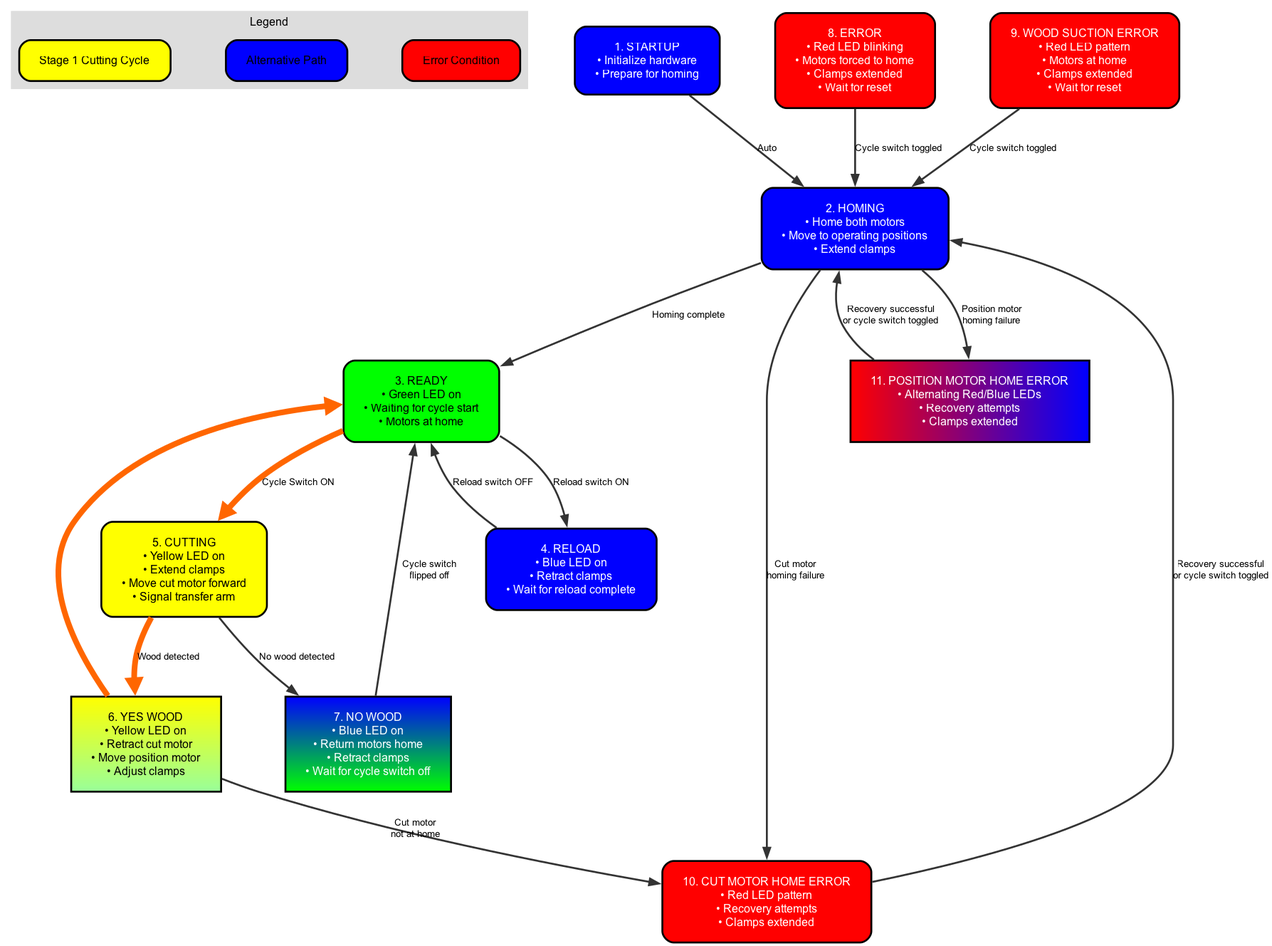
akivaweil/Stage-1-Mar25 keeps this Graphviz diagram as flowcharts/cutting_machine_flowchart.png. Above is the earlier version. Its source is kept beside it as flowcharts/cutting_machine_flowchart.dot.
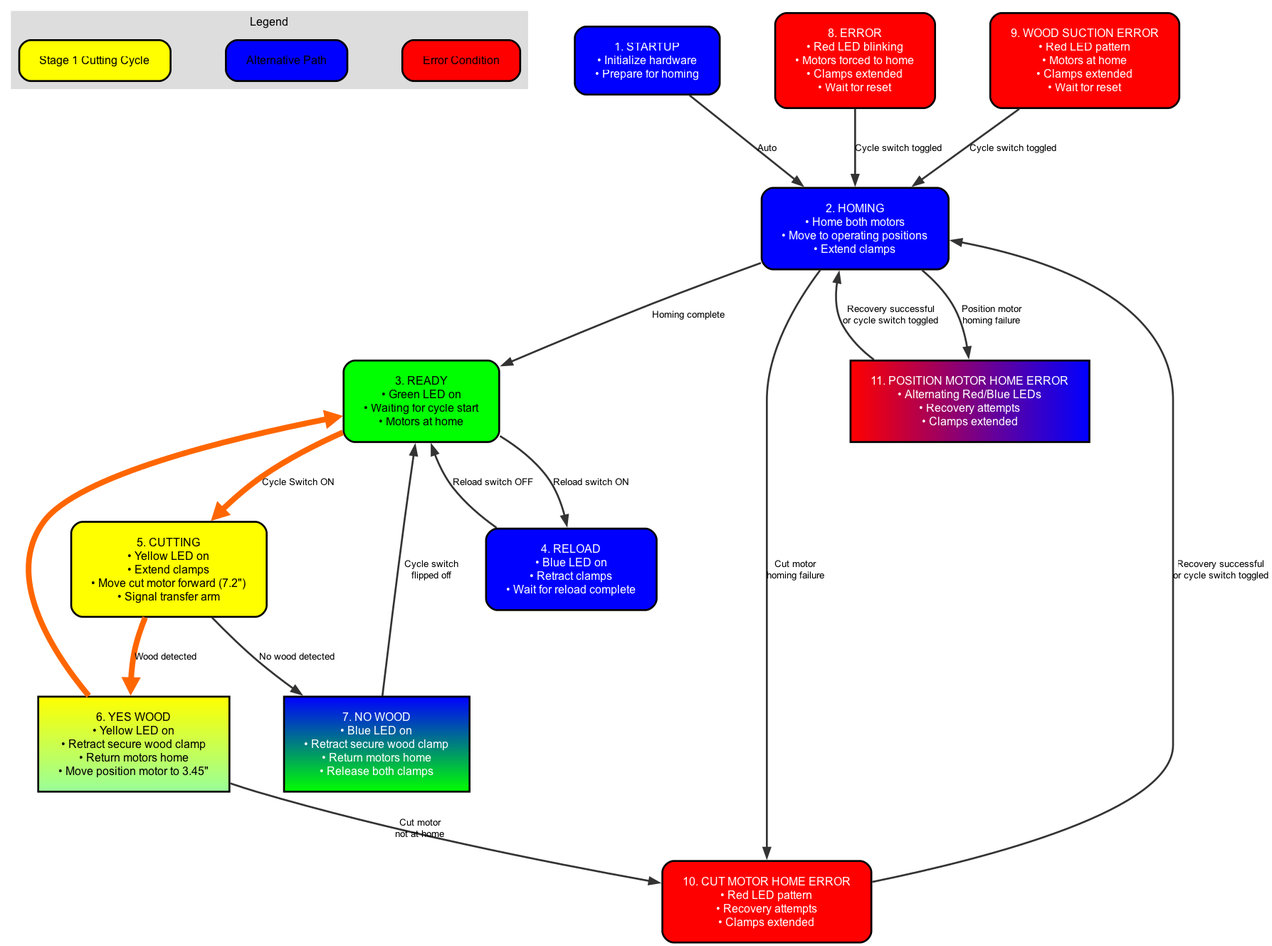
The same diagram one commit later.

Commit message:
Standardized flowchart state naming and step numbering for consistency across all diagrams

Change to the diagram source:
```diff
@@ -18,9 +18,9 @@
   HOMING [label="2. HOMING\n• Home both motors\n• Move to operating positions\n• Extend clamps", fillcolor="#0000FF", fontcolor="white"];
   READY [label="3. READY\n• Green LED on\n• Waiting for cycle start\n• Motors at home", fillcolor="#00FF00"];
   RELOAD [label="4. RELOAD\n• Blue LED on\n• Retract clamps\n• Wait for reload complete", fillcolor="#0000FF", fontcolor="white"];
-  CUTTING [label="5. CUTTING\n• Yellow LED on\n• Extend clamps\n• Move cut motor forward\n• Signal transfer arm", fillcolor="#FFFF00"];
-  YESWOOD [label="6. YES WOOD\n• Yellow LED on\n• Retract cut motor\n• Move position motor\n• Adjust clamps", style="filled", fillcolor="#FFFF00:#99FF99", gradientangle=270];
-  NOWOOD [label="7. NO WOOD\n• Blue LED on\n• Return motors home\n• Retract clamps\n• Wait for cycle switch off", style="filled", fillcolor="#0000FF:#00FF00", fontcolor="white", gradientangle=270];
+  CUTTING [label="5. CUTTING\n• Yellow LED on\n• Extend clamps\n• Move cut motor forward (7.2\")\n• Signal transfer arm", fillcolor="#FFFF00"];
+  YESWOOD [label="6. YES WOOD\n• Yellow LED on\n• Retract secure wood clamp\n• Return motors home\n• Move position motor to 3.45\"", style="filled", fillcolor="#FFFF00:#99FF99", gradientangle=270];
+  NOWOOD [label="7. NO WOOD\n• Blue LED on\n• Retract secure wood clamp\n• Return motors home\n• Release both clamps", style="filled", fillcolor="#0000FF:#00FF00", fontcolor="white", gradientangle=270];
   ERROR [label="8. ERROR\n• Red LED blinking\n• Motors forced to home\n• Clamps extended\n• Wait for reset", fillcolor="#FF0000", fontcolor="white"];
   WOOD_SUCTION_ERROR [label="9. WOOD SUCTION ERROR\n• Red LED pattern\n• Motors at home\n• Clamps extended\n• Wait for reset", fillcolor="#FF0000", fontcolor="white"];
   CUT_MOTOR_HOME_ERROR [label="10. CUT MOTOR HOME ERROR\n• Red LED pattern\n• Recovery attempts\n• Clamps extended", fillcolor="#FF0000", fontcolor="white"];
```
